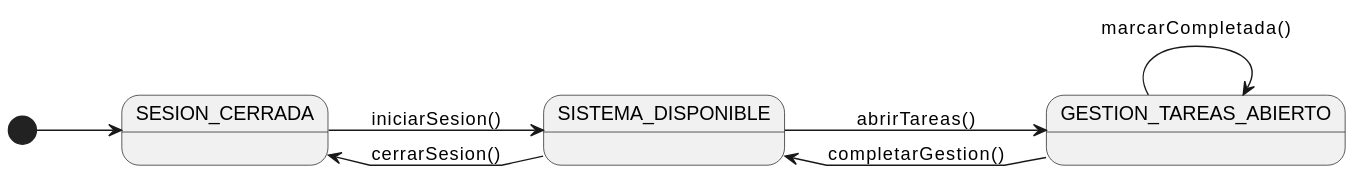
The PlantUML diagram documents/actoresYCasosDeUso/diagramaContexto/diagramaContextoMiembro.svg in inigovaqueroo04/25-26-IdSw1-SdR, before a commit.
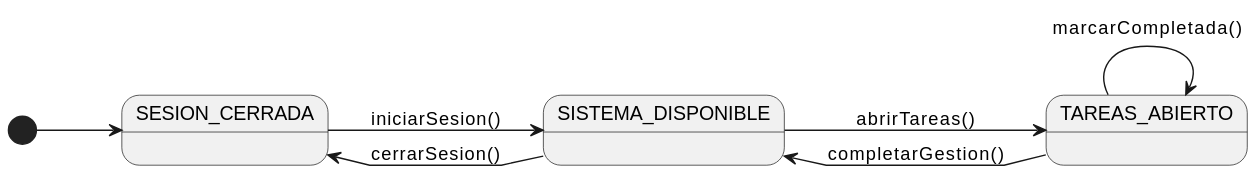
After the commit.

Commit message:
Modificación Diagrama de Contexto para el actor Miembro. ref: #27

What changed in the source:
```diff
@@ -5,7 +5,7 @@
 state "SESION_CERRADA" as NoAuth
 state "SISTEMA_DISPONIBLE" as Menu
 
-state "GESTION_TAREAS_ABIERTO" as ListProgramas
+state "TAREAS_ABIERTO" as ListProgramas
 
 [*] --> NoAuth
 
```
